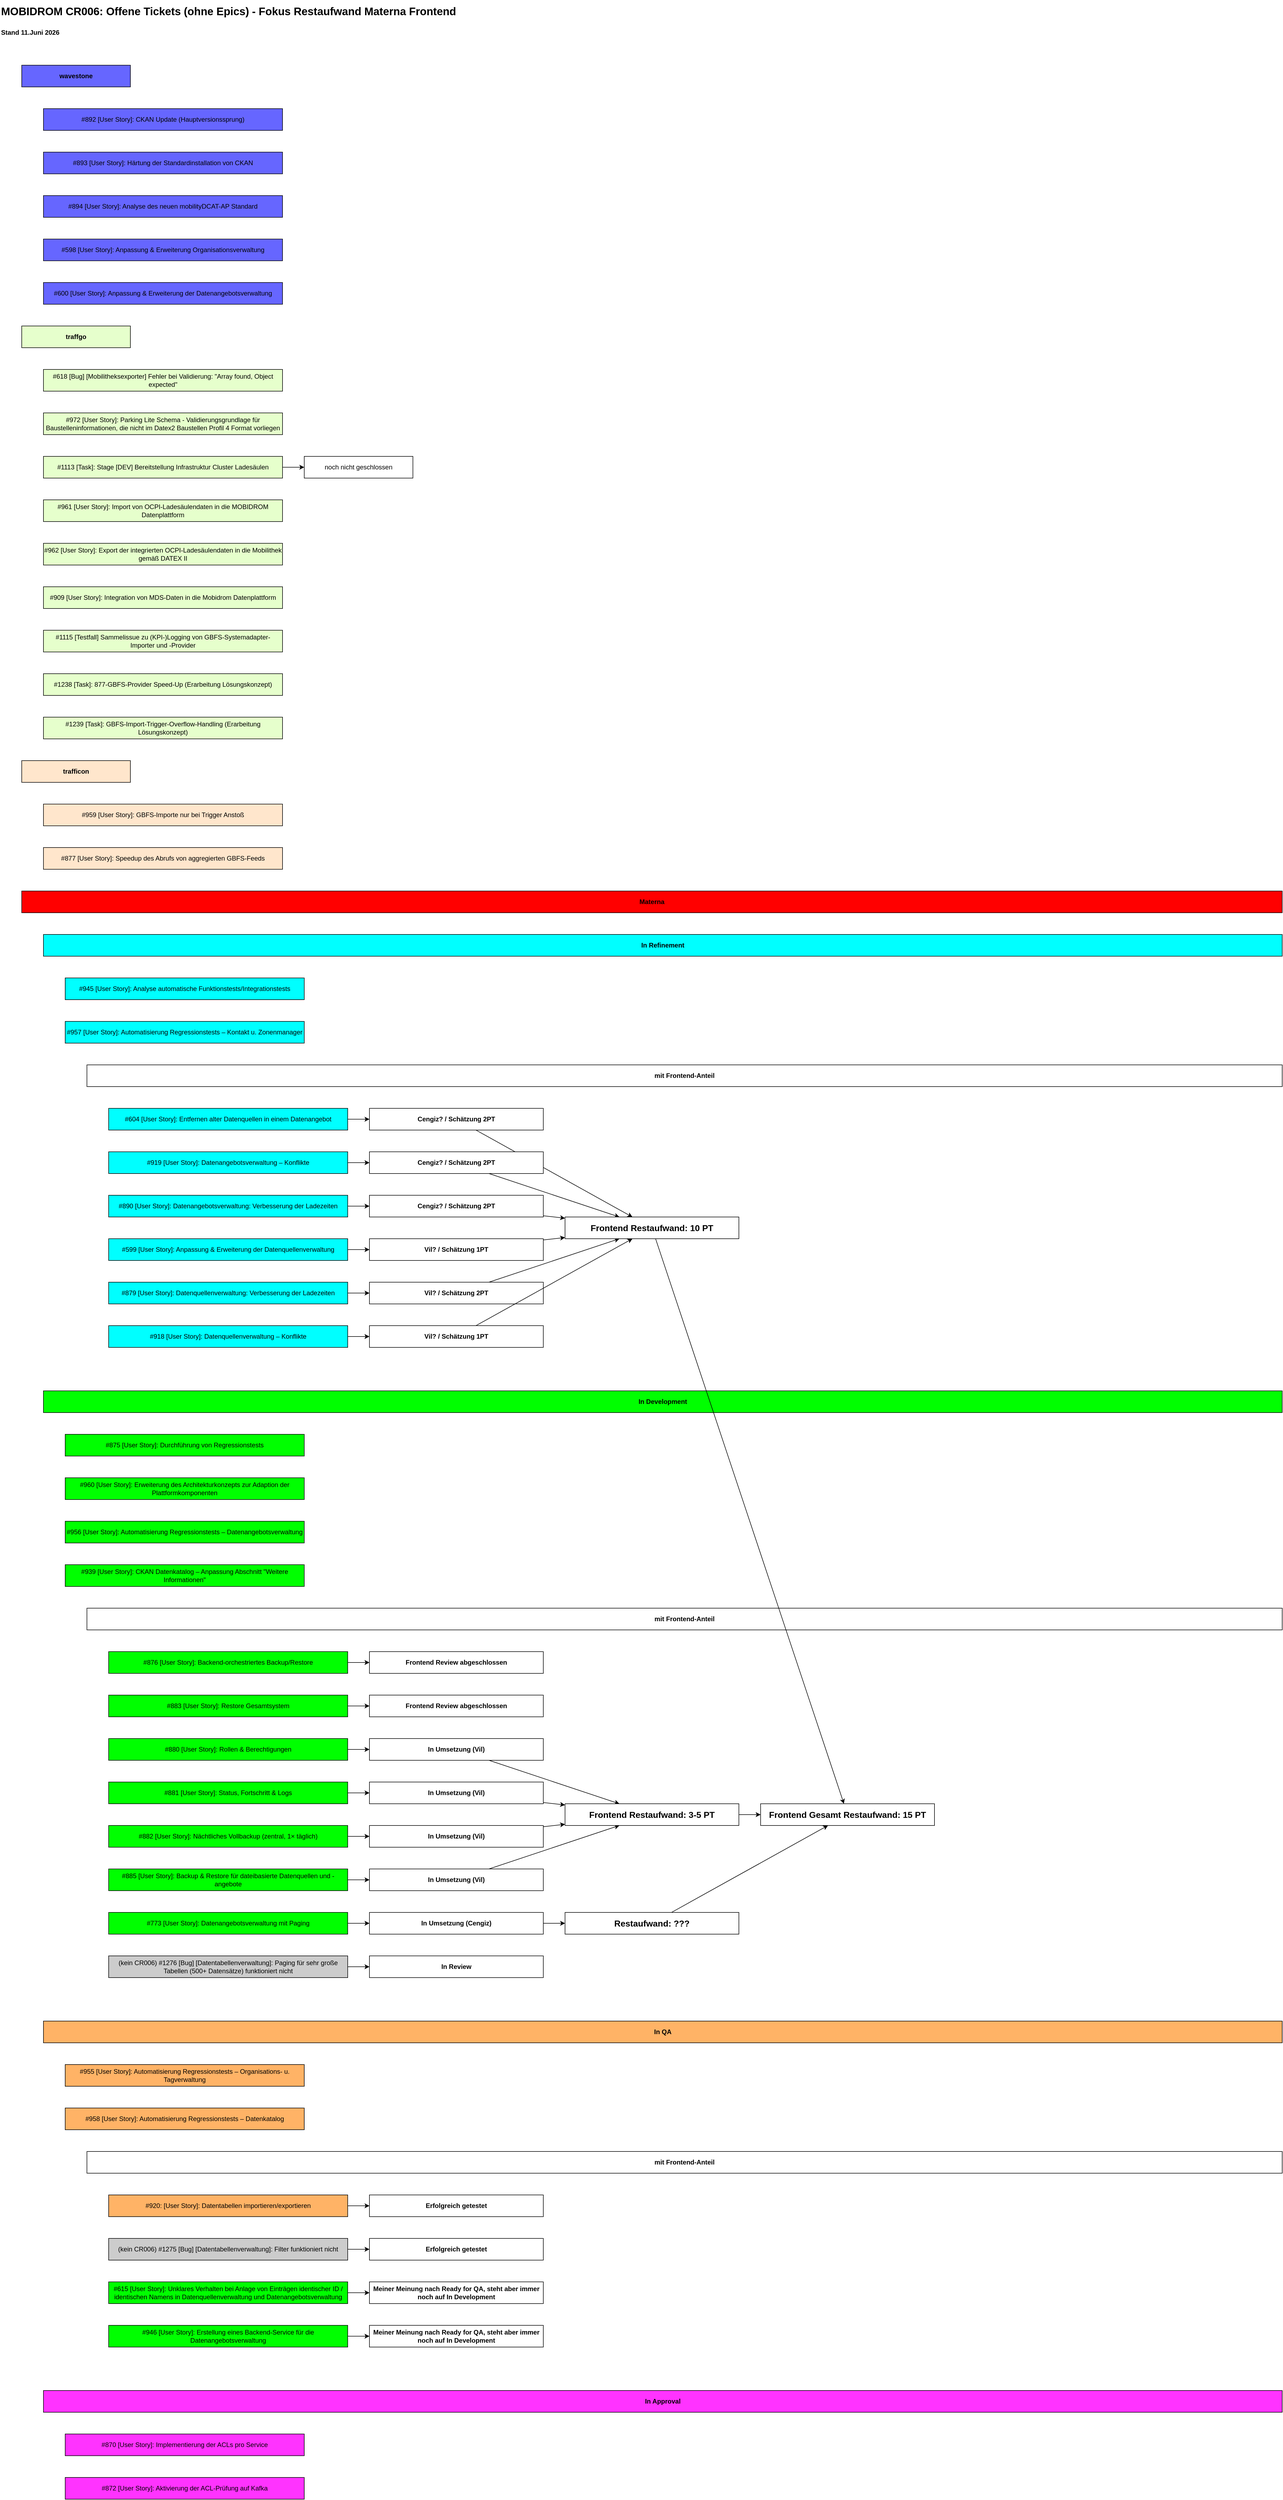
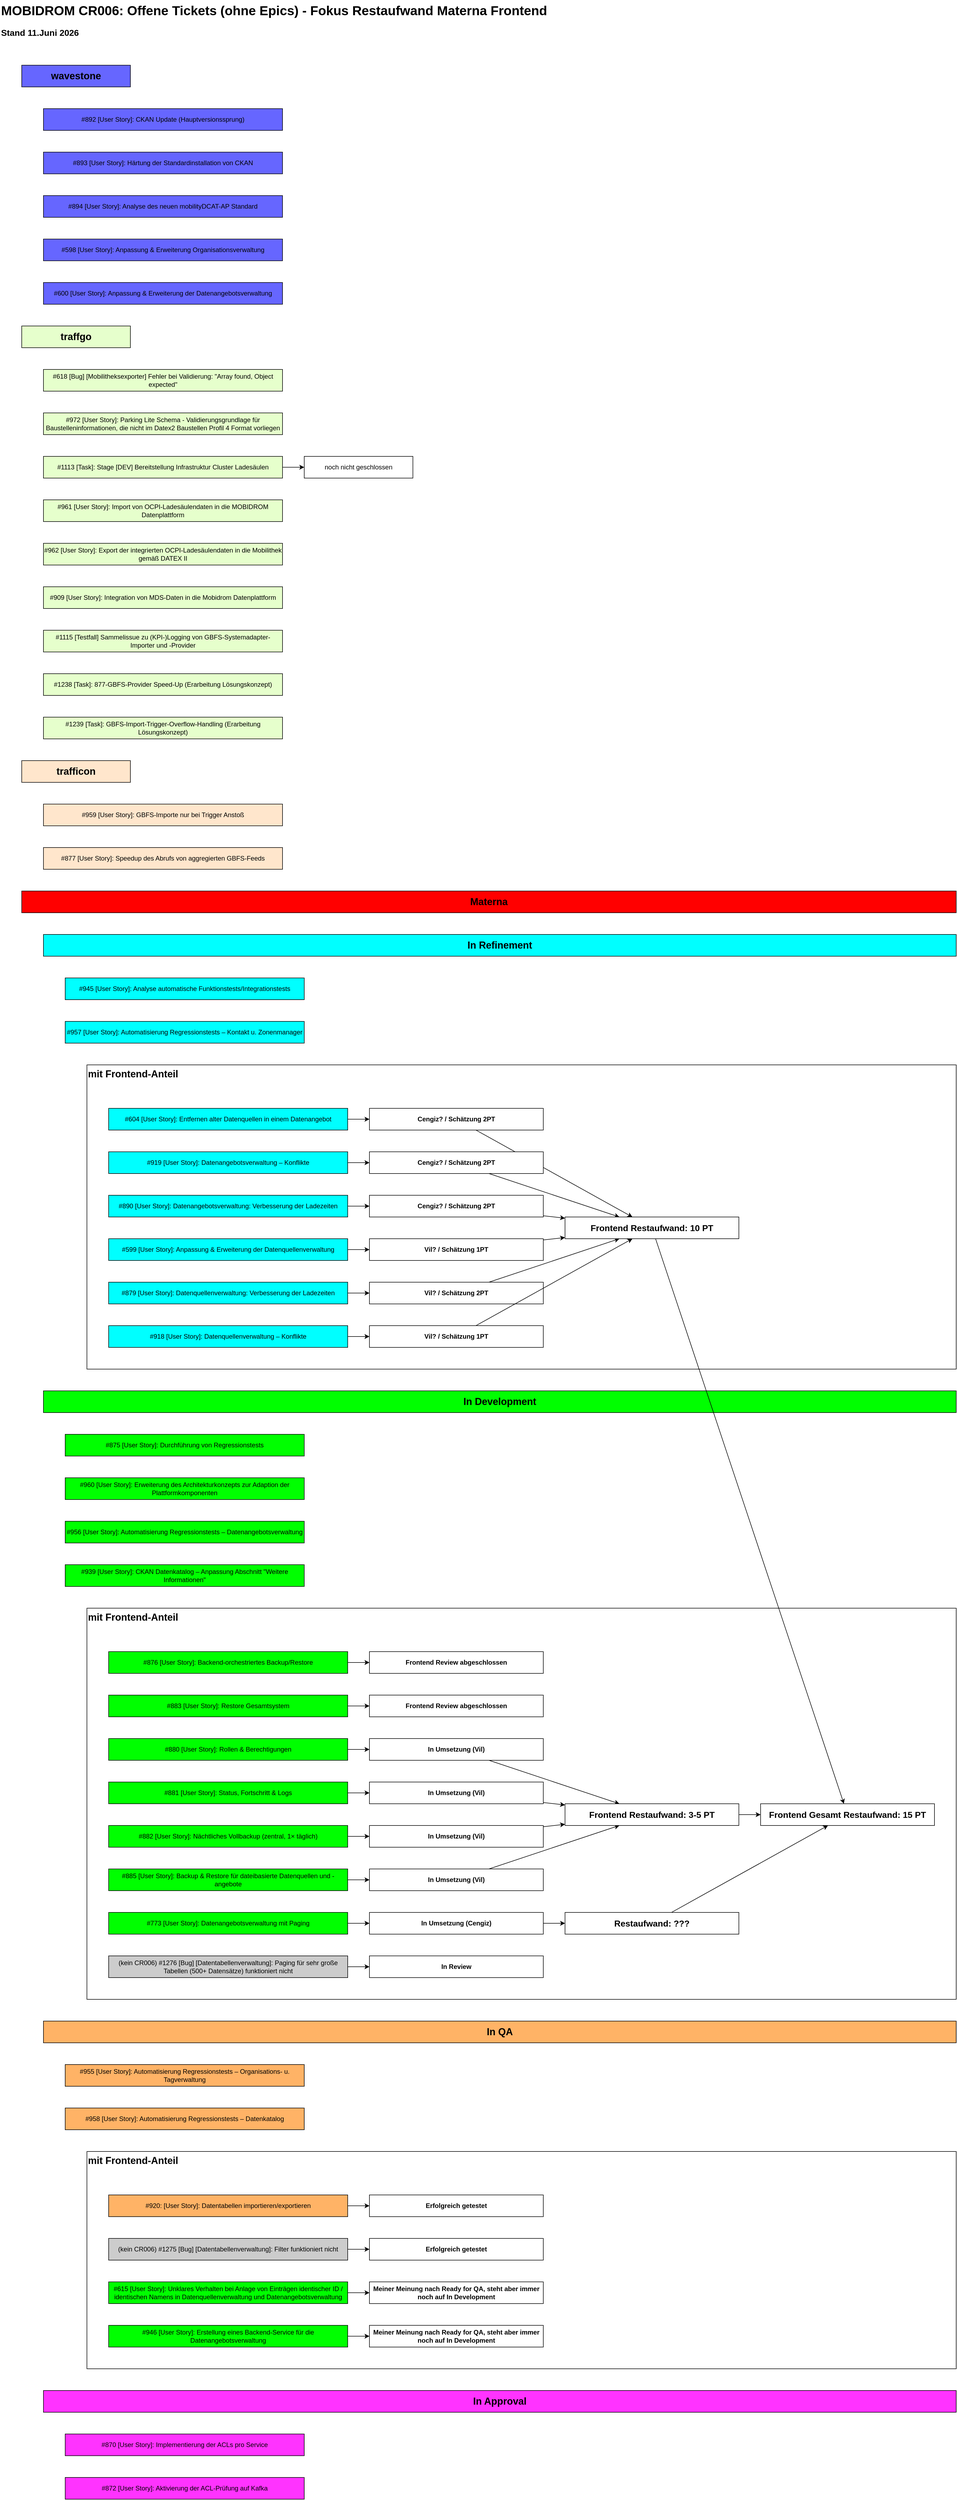
<mxfile host="app.diagrams.net">
  <diagram name="Page-1" id="0BLjgJdESMF3buwbVgl_">
-     <mxGraphModel dx="1135" dy="686" grid="1" gridSize="10" guides="1" tooltips="1" connect="1" arrows="1" fold="1" page="1" pageScale="1" pageWidth="850" pageHeight="1100" math="0" shadow="0">
+     <mxGraphModel dx="1816" dy="1098" grid="1" gridSize="10" guides="1" tooltips="1" connect="1" arrows="1" fold="1" page="1" pageScale="1" pageWidth="850" pageHeight="1100" math="0" shadow="0">
      <root>
        <mxCell id="0" />
        <mxCell id="1" parent="0" />
-         <mxCell id="KAzs0ncSA1o2T3-7AXRQ-1" parent="1" style="rounded=0;whiteSpace=wrap;html=1;strokeColor=none;fontSize=20;fontStyle=1;align=left;" value="MOBIDROM CR006: Offene Tickets (ohne Epics) - Fokus Restaufwand Materna Frontend" vertex="1">
+         <mxCell id="KAzs0ncSA1o2T3-7AXRQ-69" parent="1" style="rounded=0;whiteSpace=wrap;html=1;fontColor=#000000;fillColor=#FFFFFF;fontStyle=1;fontSize=18;align=left;verticalAlign=top;" value="mit Frontend-Anteil" vertex="1">
+           <mxGeometry height="400" width="1600" x="200" y="4000" as="geometry" />
+         </mxCell>
+         <mxCell id="KAzs0ncSA1o2T3-7AXRQ-68" parent="1" style="rounded=0;whiteSpace=wrap;html=1;fontColor=#000000;fillColor=#FFFFFF;fontStyle=1;fontSize=18;align=left;verticalAlign=top;" value="mit Frontend-Anteil" vertex="1">
+           <mxGeometry height="720" width="1600" x="200" y="3000" as="geometry" />
+         </mxCell>
+         <mxCell id="KAzs0ncSA1o2T3-7AXRQ-67" parent="1" style="rounded=0;whiteSpace=wrap;html=1;fontColor=#000000;fillColor=#FFFFFF;fontStyle=1;verticalAlign=top;align=left;fontSize=18;" value="mit Frontend-Anteil" vertex="1">
+           <mxGeometry height="560" width="1600" x="200" y="2000" as="geometry" />
+         </mxCell>
+         <mxCell id="KAzs0ncSA1o2T3-7AXRQ-1" parent="1" style="rounded=0;whiteSpace=wrap;html=1;strokeColor=none;fontSize=24;fontStyle=1;align=left;" value="MOBIDROM CR006: Offene Tickets (ohne Epics) - Fokus Restaufwand Materna Frontend" vertex="1">
          <mxGeometry height="40" width="1030" x="40" y="40" as="geometry" />
        </mxCell>
-         <mxCell id="KAzs0ncSA1o2T3-7AXRQ-2" parent="1" style="rounded=0;whiteSpace=wrap;html=1;strokeColor=none;fontSize=12;fontStyle=1;align=left;" value="&lt;div&gt;Stand 11.Juni 2026&lt;/div&gt;" vertex="1">
+         <mxCell id="KAzs0ncSA1o2T3-7AXRQ-2" parent="1" style="rounded=0;whiteSpace=wrap;html=1;strokeColor=none;fontSize=16;fontStyle=1;align=left;" value="&lt;div&gt;Stand 11.Juni 2026&lt;/div&gt;" vertex="1">
          <mxGeometry height="40" width="160" x="40" y="80" as="geometry" />
        </mxCell>
        <mxCell id="KAzs0ncSA1o2T3-7AXRQ-77" edge="1" parent="1" source="KAzs0ncSA1o2T3-7AXRQ-3" style="edgeStyle=none;rounded=0;orthogonalLoop=1;jettySize=auto;html=1;" target="KAzs0ncSA1o2T3-7AXRQ-76" value="">
          <mxGeometry relative="1" as="geometry" />
        </mxCell>
        <mxCell id="KAzs0ncSA1o2T3-7AXRQ-3" parent="1" style="rounded=0;whiteSpace=wrap;html=1;fillColor=#FFB366;" value="#920: [User Story]: Datentabellen importieren/exportieren" vertex="1">
          <mxGeometry height="40" width="440" x="240" y="4080" as="geometry" />
        </mxCell>
-         <mxCell id="KAzs0ncSA1o2T3-7AXRQ-4" parent="1" style="rounded=0;whiteSpace=wrap;html=1;fontColor=#000000;fillColor=#FFB366;fontStyle=1" value="In QA" vertex="1">
-           <mxGeometry height="40" width="2280" x="120" y="3760" as="geometry" />
+         <mxCell id="KAzs0ncSA1o2T3-7AXRQ-4" parent="1" style="rounded=0;whiteSpace=wrap;html=1;fontColor=#000000;fillColor=#FFB366;fontStyle=1;fontSize=18;" value="In QA" vertex="1">
+           <mxGeometry height="40" width="1680" x="120" y="3760" as="geometry" />
        </mxCell>
        <mxCell id="KAzs0ncSA1o2T3-7AXRQ-5" parent="1" style="rounded=0;whiteSpace=wrap;html=1;fillColor=#6666FF;" value="#892&amp;nbsp;[User Story]: CKAN Update (Hauptversionssprung)" vertex="1">
          <mxGeometry height="40" width="440" x="120" y="240" as="geometry" />
        </mxCell>
-         <mxCell id="KAzs0ncSA1o2T3-7AXRQ-6" parent="1" style="rounded=0;whiteSpace=wrap;html=1;fontColor=#000000;fillColor=#6666FF;fontStyle=1" value="wavestone" vertex="1">
+         <mxCell id="KAzs0ncSA1o2T3-7AXRQ-6" parent="1" style="rounded=0;whiteSpace=wrap;html=1;fontColor=#000000;fillColor=#6666FF;fontStyle=1;fontSize=18;" value="wavestone" vertex="1">
          <mxGeometry height="40" width="200" x="80" y="160" as="geometry" />
        </mxCell>
        <mxCell id="KAzs0ncSA1o2T3-7AXRQ-7" parent="1" style="rounded=0;whiteSpace=wrap;html=1;fillColor=#FF33FF;" value="#870&amp;nbsp;[User Story]: Implementierung der ACLs pro Service" vertex="1">
          <mxGeometry height="40" width="440" x="160" y="4520" as="geometry" />
        </mxCell>
        <mxCell id="KAzs0ncSA1o2T3-7AXRQ-8" parent="1" style="rounded=0;whiteSpace=wrap;html=1;fillColor=#FF33FF;" value="#872&amp;nbsp;[User Story]: Aktivierung der ACL-Prüfung auf Kafka" vertex="1">
          <mxGeometry height="40" width="440" x="160" y="4600" as="geometry" />
        </mxCell>
-         <mxCell id="KAzs0ncSA1o2T3-7AXRQ-9" parent="1" style="rounded=0;whiteSpace=wrap;html=1;fontColor=#000000;fillColor=#FF33FF;fontStyle=1" value="In Approval" vertex="1">
-           <mxGeometry height="40" width="2280" x="120" y="4440" as="geometry" />
+         <mxCell id="KAzs0ncSA1o2T3-7AXRQ-9" parent="1" style="rounded=0;whiteSpace=wrap;html=1;fontColor=#000000;fillColor=#FF33FF;fontStyle=1;fontSize=18;" value="In Approval" vertex="1">
+           <mxGeometry height="40" width="1680" x="120" y="4440" as="geometry" />
        </mxCell>
        <mxCell id="KAzs0ncSA1o2T3-7AXRQ-10" parent="1" style="rounded=0;whiteSpace=wrap;html=1;fillColor=#6666FF;" value="#893&amp;nbsp;[User Story]: Härtung der Standardinstallation von CKAN" vertex="1">
          <mxGeometry height="40" width="440" x="120" y="320" as="geometry" />
        </mxCell>
        <mxCell id="KAzs0ncSA1o2T3-7AXRQ-11" parent="1" style="rounded=0;whiteSpace=wrap;html=1;fillColor=#6666FF;" value="#894&amp;nbsp;[User Story]: Analyse des neuen mobilityDCAT-AP Standard" vertex="1">
          <mxGeometry height="40" width="440" x="120" y="400" as="geometry" />
        </mxCell>
        <mxCell id="KAzs0ncSA1o2T3-7AXRQ-12" parent="1" style="rounded=0;whiteSpace=wrap;html=1;fillColor=#E6FFCC;" value="#618&amp;nbsp;[Bug] [Mobilitheksexporter] Fehler bei Validierung: &quot;Array found, Object expected&quot;" vertex="1">
          <mxGeometry height="40" width="440" x="120" y="720" as="geometry" />
        </mxCell>
-         <mxCell id="KAzs0ncSA1o2T3-7AXRQ-13" parent="1" style="rounded=0;whiteSpace=wrap;html=1;fontColor=#000000;fillColor=#E6FFCC;fontStyle=1" value="&lt;div&gt;traffgo&lt;/div&gt;" vertex="1">
+         <mxCell id="KAzs0ncSA1o2T3-7AXRQ-13" parent="1" style="rounded=0;whiteSpace=wrap;html=1;fontColor=#000000;fillColor=#E6FFCC;fontStyle=1;fontSize=18;" value="&lt;div&gt;traffgo&lt;/div&gt;" vertex="1">
          <mxGeometry height="40" width="200" x="80" y="640" as="geometry" />
        </mxCell>
-         <mxCell id="KAzs0ncSA1o2T3-7AXRQ-14" parent="1" style="rounded=0;whiteSpace=wrap;html=1;fontColor=#000000;fillColor=#FFE6CC;fontStyle=1" value="&lt;div&gt;trafficon&lt;/div&gt;" vertex="1">
+         <mxCell id="KAzs0ncSA1o2T3-7AXRQ-14" parent="1" style="rounded=0;whiteSpace=wrap;html=1;fontColor=#000000;fillColor=#FFE6CC;fontStyle=1;fontSize=18;" value="&lt;div&gt;trafficon&lt;/div&gt;" vertex="1">
          <mxGeometry height="40" width="200" x="80" y="1440" as="geometry" />
        </mxCell>
        <mxCell id="KAzs0ncSA1o2T3-7AXRQ-15" parent="1" style="rounded=0;whiteSpace=wrap;html=1;fillColor=#FFE6CC;" value="#959&amp;nbsp;[User Story]: GBFS-Importe nur bei Trigger Anstoß" vertex="1">
          <mxGeometry height="40" width="440" x="120" y="1520" as="geometry" />
        </mxCell>
        <mxCell id="KAzs0ncSA1o2T3-7AXRQ-75" edge="1" parent="1" source="KAzs0ncSA1o2T3-7AXRQ-16" style="edgeStyle=none;rounded=0;orthogonalLoop=1;jettySize=auto;html=1;" target="KAzs0ncSA1o2T3-7AXRQ-74" value="">
          <mxGeometry relative="1" as="geometry" />
        </mxCell>
        <mxCell id="KAzs0ncSA1o2T3-7AXRQ-16" parent="1" style="rounded=0;whiteSpace=wrap;html=1;fillColor=#00FF00;" value="#615&amp;nbsp;[User Story]: Unklares Verhalten bei Anlage von Einträgen identischer ID / identischen Namens in Datenquellenverwaltung und Datenangebotsverwaltung" vertex="1">
          <mxGeometry height="40" width="440" x="240" y="4240" as="geometry" />
        </mxCell>
-         <mxCell id="KAzs0ncSA1o2T3-7AXRQ-17" parent="1" style="rounded=0;whiteSpace=wrap;html=1;fontColor=#000000;fillColor=#00FF00;fontStyle=1" value="In Development" vertex="1">
-           <mxGeometry height="40" width="2280" x="120" y="2600" as="geometry" />
+         <mxCell id="KAzs0ncSA1o2T3-7AXRQ-17" parent="1" style="rounded=0;whiteSpace=wrap;html=1;fontColor=#000000;fillColor=#00FF00;fontStyle=1;fontSize=18;" value="In Development" vertex="1">
+           <mxGeometry height="40" width="1680" x="120" y="2600" as="geometry" />
        </mxCell>
        <mxCell id="KAzs0ncSA1o2T3-7AXRQ-83" edge="1" parent="1" source="KAzs0ncSA1o2T3-7AXRQ-18" style="edgeStyle=none;rounded=0;orthogonalLoop=1;jettySize=auto;html=1;" target="KAzs0ncSA1o2T3-7AXRQ-82" value="">
          <mxGeometry relative="1" as="geometry" />
        </mxCell>
        <mxCell id="KAzs0ncSA1o2T3-7AXRQ-18" parent="1" style="rounded=0;whiteSpace=wrap;html=1;fillColor=#00FF00;" value="#773&amp;nbsp;[User Story]: Datenangebotsverwaltung mit Paging" vertex="1">
          <mxGeometry height="40" width="440" x="240" y="3560" as="geometry" />
        </mxCell>
        <mxCell id="KAzs0ncSA1o2T3-7AXRQ-19" parent="1" style="rounded=0;whiteSpace=wrap;html=1;fillColor=#00FF00;" value="#875&amp;nbsp;[User Story]: Durchführung von Regressionstests" vertex="1">
          <mxGeometry height="40" width="440" x="160" y="2680" as="geometry" />
        </mxCell>
        <mxCell id="KAzs0ncSA1o2T3-7AXRQ-81" edge="1" parent="1" source="KAzs0ncSA1o2T3-7AXRQ-20" style="edgeStyle=none;rounded=0;orthogonalLoop=1;jettySize=auto;html=1;" target="KAzs0ncSA1o2T3-7AXRQ-80" value="">
          <mxGeometry relative="1" as="geometry" />
        </mxCell>
        <mxCell id="KAzs0ncSA1o2T3-7AXRQ-20" parent="1" style="rounded=0;whiteSpace=wrap;html=1;fillColor=#00FF00;" value="#876&amp;nbsp;[User Story]: Backend-orchestriertes Backup/Restore" vertex="1">
          <mxGeometry height="40" width="440" x="240" y="3080" as="geometry" />
        </mxCell>
        <mxCell id="KAzs0ncSA1o2T3-7AXRQ-21" parent="1" style="rounded=0;whiteSpace=wrap;html=1;fillColor=#FFE6CC;" value="#877&amp;nbsp;[User Story]: Speedup des Abrufs von aggregierten GBFS-Feeds" vertex="1">
          <mxGeometry height="40" width="440" x="120" y="1600" as="geometry" />
        </mxCell>
        <mxCell id="KAzs0ncSA1o2T3-7AXRQ-87" edge="1" parent="1" source="KAzs0ncSA1o2T3-7AXRQ-22" style="edgeStyle=none;rounded=0;orthogonalLoop=1;jettySize=auto;html=1;" target="KAzs0ncSA1o2T3-7AXRQ-86" value="">
          <mxGeometry relative="1" as="geometry" />
        </mxCell>
        <mxCell id="KAzs0ncSA1o2T3-7AXRQ-22" parent="1" style="rounded=0;whiteSpace=wrap;html=1;fillColor=#00FF00;" value="#880&amp;nbsp;[User Story]: Rollen &amp;amp; Berechtigungen" vertex="1">
          <mxGeometry height="40" width="440" x="240" y="3240" as="geometry" />
        </mxCell>
        <mxCell id="KAzs0ncSA1o2T3-7AXRQ-89" edge="1" parent="1" source="KAzs0ncSA1o2T3-7AXRQ-23" style="edgeStyle=none;rounded=0;orthogonalLoop=1;jettySize=auto;html=1;" target="KAzs0ncSA1o2T3-7AXRQ-88" value="">
          <mxGeometry relative="1" as="geometry" />
        </mxCell>
        <mxCell id="KAzs0ncSA1o2T3-7AXRQ-23" parent="1" style="rounded=0;whiteSpace=wrap;html=1;fillColor=#00FF00;" value="#881&amp;nbsp;[User Story]: Status, Fortschritt &amp;amp; Logs" vertex="1">
          <mxGeometry height="40" width="440" x="240" y="3320" as="geometry" />
        </mxCell>
        <mxCell id="KAzs0ncSA1o2T3-7AXRQ-93" edge="1" parent="1" source="KAzs0ncSA1o2T3-7AXRQ-24" style="edgeStyle=none;rounded=0;orthogonalLoop=1;jettySize=auto;html=1;" target="KAzs0ncSA1o2T3-7AXRQ-92" value="">
          <mxGeometry relative="1" as="geometry" />
        </mxCell>
        <mxCell id="KAzs0ncSA1o2T3-7AXRQ-24" parent="1" style="rounded=0;whiteSpace=wrap;html=1;fillColor=#00FF00;" value="#885&amp;nbsp;[User Story]: Backup &amp;amp; Restore für dateibasierte Datenquellen und -angebote" vertex="1">
          <mxGeometry height="40" width="440" x="240" y="3480" as="geometry" />
        </mxCell>
        <mxCell id="KAzs0ncSA1o2T3-7AXRQ-112" edge="1" parent="1" source="KAzs0ncSA1o2T3-7AXRQ-25" style="edgeStyle=none;rounded=0;orthogonalLoop=1;jettySize=auto;html=1;" target="KAzs0ncSA1o2T3-7AXRQ-111" value="">
          <mxGeometry relative="1" as="geometry" />
        </mxCell>
        <mxCell id="KAzs0ncSA1o2T3-7AXRQ-25" parent="1" style="rounded=0;whiteSpace=wrap;html=1;fillColor=#00FFFF;" value="#918&amp;nbsp;[User Story]: Datenquellenverwaltung – Konflikte" vertex="1">
          <mxGeometry height="40" width="440" x="240" y="2480" as="geometry" />
        </mxCell>
        <mxCell id="KAzs0ncSA1o2T3-7AXRQ-104" edge="1" parent="1" source="KAzs0ncSA1o2T3-7AXRQ-26" style="edgeStyle=none;rounded=0;orthogonalLoop=1;jettySize=auto;html=1;" target="KAzs0ncSA1o2T3-7AXRQ-103" value="">
          <mxGeometry relative="1" as="geometry" />
        </mxCell>
        <mxCell id="KAzs0ncSA1o2T3-7AXRQ-26" parent="1" style="rounded=0;whiteSpace=wrap;html=1;fillColor=#00FFFF;" value="#919&amp;nbsp;[User Story]: Datenangebotsverwaltung – Konflikte" vertex="1">
          <mxGeometry height="40" width="440" x="240" y="2160" as="geometry" />
        </mxCell>
        <mxCell id="KAzs0ncSA1o2T3-7AXRQ-27" parent="1" style="rounded=0;whiteSpace=wrap;html=1;fillColor=#FFB366;" value="#955&amp;nbsp;[User Story]: Automatisierung Regressionstests – Organisations- u. Tagverwaltung" vertex="1">
          <mxGeometry height="40" width="440" x="160" y="3840" as="geometry" />
        </mxCell>
-         <mxCell id="KAzs0ncSA1o2T3-7AXRQ-28" parent="1" style="rounded=0;whiteSpace=wrap;html=1;fontColor=#000000;fillColor=#00FFFF;fontStyle=1" value="In Refinement" vertex="1">
-           <mxGeometry height="40" width="2280" x="120" y="1760" as="geometry" />
+         <mxCell id="KAzs0ncSA1o2T3-7AXRQ-28" parent="1" style="rounded=0;whiteSpace=wrap;html=1;fontColor=#000000;fillColor=#00FFFF;fontStyle=1;fontSize=18;" value="In Refinement" vertex="1">
+           <mxGeometry height="40" width="1680" x="120" y="1760" as="geometry" />
        </mxCell>
        <mxCell id="KAzs0ncSA1o2T3-7AXRQ-29" parent="1" style="rounded=0;whiteSpace=wrap;html=1;fillColor=#00FF00;" value="#960&amp;nbsp;[User Story]: Erweiterung des Architekturkonzepts zur Adaption der Plattformkomponenten" vertex="1">
          <mxGeometry height="40" width="440" x="160" y="2760" as="geometry" />
        </mxCell>
        <mxCell id="KAzs0ncSA1o2T3-7AXRQ-30" parent="1" style="rounded=0;whiteSpace=wrap;html=1;fillColor=#6666FF;" value="#598&amp;nbsp;[User Story]: Anpassung &amp;amp; Erweiterung Organisationsverwaltung" vertex="1">
          <mxGeometry height="40" width="440" x="120" y="480" as="geometry" />
        </mxCell>
        <mxCell id="KAzs0ncSA1o2T3-7AXRQ-108" edge="1" parent="1" source="KAzs0ncSA1o2T3-7AXRQ-31" style="edgeStyle=none;rounded=0;orthogonalLoop=1;jettySize=auto;html=1;" target="KAzs0ncSA1o2T3-7AXRQ-107" value="">
          <mxGeometry relative="1" as="geometry" />
        </mxCell>
        <mxCell id="KAzs0ncSA1o2T3-7AXRQ-31" parent="1" style="rounded=0;whiteSpace=wrap;html=1;fillColor=#00FFFF;" value="#599&amp;nbsp;[User Story]: Anpassung &amp;amp; Erweiterung der Datenquellenverwaltung" vertex="1">
          <mxGeometry height="40" width="440" x="240" y="2320" as="geometry" />
        </mxCell>
        <mxCell id="KAzs0ncSA1o2T3-7AXRQ-32" parent="1" style="rounded=0;whiteSpace=wrap;html=1;fillColor=#6666FF;" value="#600&amp;nbsp;[User Story]: Anpassung &amp;amp; Erweiterung der Datenangebotsverwaltung" vertex="1">
          <mxGeometry height="40" width="440" x="120" y="560" as="geometry" />
        </mxCell>
        <mxCell id="KAzs0ncSA1o2T3-7AXRQ-106" edge="1" parent="1" source="KAzs0ncSA1o2T3-7AXRQ-33" style="edgeStyle=none;rounded=0;orthogonalLoop=1;jettySize=auto;html=1;" target="KAzs0ncSA1o2T3-7AXRQ-105" value="">
          <mxGeometry relative="1" as="geometry" />
        </mxCell>
        <mxCell id="KAzs0ncSA1o2T3-7AXRQ-33" parent="1" style="rounded=0;whiteSpace=wrap;html=1;fillColor=#00FFFF;" value="#890&amp;nbsp;[User Story]: Datenangebotsverwaltung: Verbesserung der Ladezeiten" vertex="1">
          <mxGeometry height="40" width="440" x="240" y="2240" as="geometry" />
        </mxCell>
        <mxCell id="KAzs0ncSA1o2T3-7AXRQ-34" parent="1" style="rounded=0;whiteSpace=wrap;html=1;fillColor=#E6FFCC;" value="#972&amp;nbsp;[User Story]: Parking Lite Schema - Validierungsgrundlage für Baustelleninformationen, die nicht im Datex2 Baustellen Profil 4 Format vorliegen" vertex="1">
          <mxGeometry height="40" width="440" x="120" y="800" as="geometry" />
        </mxCell>
        <mxCell id="KAzs0ncSA1o2T3-7AXRQ-55" edge="1" parent="1" source="KAzs0ncSA1o2T3-7AXRQ-35" style="edgeStyle=orthogonalEdgeStyle;rounded=0;orthogonalLoop=1;jettySize=auto;html=1;" target="KAzs0ncSA1o2T3-7AXRQ-54" value="">
          <mxGeometry relative="1" as="geometry" />
        </mxCell>
        <mxCell id="KAzs0ncSA1o2T3-7AXRQ-35" parent="1" style="rounded=0;whiteSpace=wrap;html=1;fillColor=#E6FFCC;" value="#1113&amp;nbsp;[Task]: Stage [DEV] Bereitstellung Infrastruktur Cluster Ladesäulen" vertex="1">
          <mxGeometry height="40" width="440" x="120" y="880" as="geometry" />
        </mxCell>
        <mxCell id="KAzs0ncSA1o2T3-7AXRQ-36" parent="1" style="rounded=0;whiteSpace=wrap;html=1;fillColor=#00FF00;" value="#956&amp;nbsp;[User Story]: Automatisierung Regressionstests – Datenangebotsverwaltung" vertex="1">
          <mxGeometry height="40" width="440" x="160" y="2840" as="geometry" />
        </mxCell>
        <mxCell id="KAzs0ncSA1o2T3-7AXRQ-37" parent="1" style="rounded=0;whiteSpace=wrap;html=1;fillColor=#FFB366;" value="#958&amp;nbsp;[User Story]: Automatisierung Regressionstests – Datenkatalog" vertex="1">
          <mxGeometry height="40" width="440" x="160" y="3920" as="geometry" />
        </mxCell>
        <mxCell id="KAzs0ncSA1o2T3-7AXRQ-38" parent="1" style="rounded=0;whiteSpace=wrap;html=1;fillColor=#E6FFCC;" value="#961&amp;nbsp;[User Story]: Import von OCPI-Ladesäulendaten in die MOBIDROM Datenplattform" vertex="1">
          <mxGeometry height="40" width="440" x="120" y="960" as="geometry" />
        </mxCell>
        <mxCell id="KAzs0ncSA1o2T3-7AXRQ-39" parent="1" style="rounded=0;whiteSpace=wrap;html=1;fillColor=#E6FFCC;" value="#962&amp;nbsp;[User Story]: Export der integrierten OCPI-Ladesäulendaten in die Mobilithek gemäß DATEX II" vertex="1">
          <mxGeometry height="40" width="440" x="120" y="1040" as="geometry" />
        </mxCell>
        <mxCell id="KAzs0ncSA1o2T3-7AXRQ-58" edge="1" parent="1" source="KAzs0ncSA1o2T3-7AXRQ-40" style="edgeStyle=none;rounded=0;orthogonalLoop=1;jettySize=auto;html=1;" target="KAzs0ncSA1o2T3-7AXRQ-41" value="">
          <mxGeometry relative="1" as="geometry" />
        </mxCell>
        <mxCell id="KAzs0ncSA1o2T3-7AXRQ-40" parent="1" style="rounded=0;whiteSpace=wrap;html=1;fillColor=#00FF00;" value="#946&amp;nbsp;[User Story]: Erstellung eines Backend-Service für die Datenangebotsverwaltung" vertex="1">
          <mxGeometry height="40" width="440" x="240" y="4320" as="geometry" />
        </mxCell>
        <mxCell id="KAzs0ncSA1o2T3-7AXRQ-41" parent="1" style="rounded=0;whiteSpace=wrap;html=1;fontStyle=1" value="Meiner Meinung nach Ready for QA, steht aber immer noch auf In Development" vertex="1">
          <mxGeometry height="40" width="320" x="720" y="4320" as="geometry" />
        </mxCell>
        <mxCell id="KAzs0ncSA1o2T3-7AXRQ-43" parent="1" style="rounded=0;whiteSpace=wrap;html=1;fillColor=#00FFFF;" value="#945&amp;nbsp;[User Story]: Analyse automatische Funktionstests/Integrationstests" vertex="1">
          <mxGeometry height="40" width="440" x="160" y="1840" as="geometry" />
        </mxCell>
        <mxCell id="KAzs0ncSA1o2T3-7AXRQ-44" parent="1" style="rounded=0;whiteSpace=wrap;html=1;fillColor=#E6FFCC;" value="#909&amp;nbsp;[User Story]: Integration von MDS-Daten in die Mobidrom Datenplattform" vertex="1">
          <mxGeometry height="40" width="440" x="120" y="1120" as="geometry" />
        </mxCell>
        <mxCell id="KAzs0ncSA1o2T3-7AXRQ-45" parent="1" style="rounded=0;whiteSpace=wrap;html=1;fillColor=#00FF00;" value="#939&amp;nbsp;[User Story]: CKAN Datenkatalog – Anpassung Abschnitt &quot;Weitere Informationen&quot;" vertex="1">
          <mxGeometry height="40" width="440" x="160" y="2920" as="geometry" />
        </mxCell>
        <mxCell id="KAzs0ncSA1o2T3-7AXRQ-102" edge="1" parent="1" source="KAzs0ncSA1o2T3-7AXRQ-46" style="edgeStyle=none;rounded=0;orthogonalLoop=1;jettySize=auto;html=1;" target="KAzs0ncSA1o2T3-7AXRQ-101" value="">
          <mxGeometry relative="1" as="geometry" />
        </mxCell>
        <mxCell id="KAzs0ncSA1o2T3-7AXRQ-46" parent="1" style="rounded=0;whiteSpace=wrap;html=1;fillColor=#00FFFF;" value="#604&amp;nbsp;[User Story]: Entfernen alter Datenquellen in einem Datenangebot" vertex="1">
          <mxGeometry height="40" width="440" x="240" y="2080" as="geometry" />
        </mxCell>
        <mxCell id="KAzs0ncSA1o2T3-7AXRQ-110" edge="1" parent="1" source="KAzs0ncSA1o2T3-7AXRQ-47" style="edgeStyle=none;rounded=0;orthogonalLoop=1;jettySize=auto;html=1;" target="KAzs0ncSA1o2T3-7AXRQ-109" value="">
          <mxGeometry relative="1" as="geometry" />
        </mxCell>
        <mxCell id="KAzs0ncSA1o2T3-7AXRQ-47" parent="1" style="rounded=0;whiteSpace=wrap;html=1;fillColor=#00FFFF;" value="#879&amp;nbsp;[User Story]: Datenquellenverwaltung: Verbesserung der Ladezeiten" vertex="1">
          <mxGeometry height="40" width="440" x="240" y="2400" as="geometry" />
        </mxCell>
        <mxCell id="KAzs0ncSA1o2T3-7AXRQ-91" edge="1" parent="1" source="KAzs0ncSA1o2T3-7AXRQ-48" style="edgeStyle=none;rounded=0;orthogonalLoop=1;jettySize=auto;html=1;" target="KAzs0ncSA1o2T3-7AXRQ-90" value="">
          <mxGeometry relative="1" as="geometry" />
        </mxCell>
        <mxCell id="KAzs0ncSA1o2T3-7AXRQ-48" parent="1" style="rounded=0;whiteSpace=wrap;html=1;fillColor=#00FF00;" value="#882&amp;nbsp;[User Story]: Nächtliches Vollbackup (zentral, 1× täglich)" vertex="1">
          <mxGeometry height="40" width="440" x="240" y="3400" as="geometry" />
        </mxCell>
        <mxCell id="KAzs0ncSA1o2T3-7AXRQ-85" edge="1" parent="1" source="KAzs0ncSA1o2T3-7AXRQ-49" style="edgeStyle=none;rounded=0;orthogonalLoop=1;jettySize=auto;html=1;" target="KAzs0ncSA1o2T3-7AXRQ-84" value="">
          <mxGeometry relative="1" as="geometry" />
        </mxCell>
        <mxCell id="KAzs0ncSA1o2T3-7AXRQ-49" parent="1" style="rounded=0;whiteSpace=wrap;html=1;fillColor=#00FF00;" value="#883&amp;nbsp;[User Story]: Restore Gesamtsystem" vertex="1">
          <mxGeometry height="40" width="440" x="240" y="3160" as="geometry" />
        </mxCell>
        <mxCell id="KAzs0ncSA1o2T3-7AXRQ-50" parent="1" style="rounded=0;whiteSpace=wrap;html=1;fillColor=#00FFFF;" value="#957&amp;nbsp;[User Story]: Automatisierung Regressionstests – Kontakt u. Zonenmanager" vertex="1">
          <mxGeometry height="40" width="440" x="160" y="1920" as="geometry" />
        </mxCell>
        <mxCell id="KAzs0ncSA1o2T3-7AXRQ-51" parent="1" style="rounded=0;whiteSpace=wrap;html=1;fillColor=#E6FFCC;" value="#1115&amp;nbsp;[Testfall] Sammelissue zu (KPI-)Logging von GBFS-Systemadapter-Importer und -Provider" vertex="1">
          <mxGeometry height="40" width="440" x="120" y="1200" as="geometry" />
        </mxCell>
        <mxCell id="KAzs0ncSA1o2T3-7AXRQ-52" parent="1" style="rounded=0;whiteSpace=wrap;html=1;fillColor=#E6FFCC;" value="#1238&amp;nbsp;[Task]: 877-GBFS-Provider Speed-Up (Erarbeitung Lösungskonzept)" vertex="1">
          <mxGeometry height="40" width="440" x="120" y="1280" as="geometry" />
        </mxCell>
        <mxCell id="KAzs0ncSA1o2T3-7AXRQ-53" parent="1" style="rounded=0;whiteSpace=wrap;html=1;fillColor=#E6FFCC;" value="#1239&amp;nbsp;[Task]: GBFS-Import-Trigger-Overflow-Handling (Erarbeitung Lösungskonzept)" vertex="1">
          <mxGeometry height="40" width="440" x="120" y="1360" as="geometry" />
        </mxCell>
        <mxCell id="KAzs0ncSA1o2T3-7AXRQ-54" parent="1" style="rounded=0;whiteSpace=wrap;html=1;" value="noch nicht geschlossen" vertex="1">
          <mxGeometry height="40" width="200" x="600" y="880" as="geometry" />
        </mxCell>
-         <mxCell id="KAzs0ncSA1o2T3-7AXRQ-56" parent="1" style="rounded=0;whiteSpace=wrap;html=1;fontColor=#000000;fillColor=#FF0000;fontStyle=1" value="Materna" vertex="1">
-           <mxGeometry height="40" width="2320" x="80" y="1680" as="geometry" />
+         <mxCell id="KAzs0ncSA1o2T3-7AXRQ-56" parent="1" style="rounded=0;whiteSpace=wrap;html=1;fontColor=#000000;fillColor=#FF0000;fontStyle=1;fontSize=18;" value="Materna" vertex="1">
+           <mxGeometry height="40" width="1720" x="80" y="1680" as="geometry" />
        </mxCell>
        <mxCell id="KAzs0ncSA1o2T3-7AXRQ-62" edge="1" parent="1" source="KAzs0ncSA1o2T3-7AXRQ-16" style="edgeStyle=none;rounded=0;orthogonalLoop=1;jettySize=auto;html=1;exitX=0.75;exitY=0;exitDx=0;exitDy=0;" target="KAzs0ncSA1o2T3-7AXRQ-16">
          <mxGeometry relative="1" as="geometry" />
        </mxCell>
        <mxCell id="KAzs0ncSA1o2T3-7AXRQ-66" edge="1" parent="1" source="KAzs0ncSA1o2T3-7AXRQ-41" style="edgeStyle=none;rounded=0;orthogonalLoop=1;jettySize=auto;html=1;exitX=0.5;exitY=1;exitDx=0;exitDy=0;" target="KAzs0ncSA1o2T3-7AXRQ-41">
          <mxGeometry relative="1" as="geometry" />
-         </mxCell>
-         <mxCell id="KAzs0ncSA1o2T3-7AXRQ-67" parent="1" style="rounded=0;whiteSpace=wrap;html=1;fontColor=#000000;fillColor=#FFFFFF;fontStyle=1" value="mit Frontend-Anteil" vertex="1">
-           <mxGeometry height="40" width="2200" x="200" y="2000" as="geometry" />
-         </mxCell>
-         <mxCell id="KAzs0ncSA1o2T3-7AXRQ-68" parent="1" style="rounded=0;whiteSpace=wrap;html=1;fontColor=#000000;fillColor=#FFFFFF;fontStyle=1" value="mit Frontend-Anteil" vertex="1">
-           <mxGeometry height="40" width="2200" x="200" y="3000" as="geometry" />
-         </mxCell>
-         <mxCell id="KAzs0ncSA1o2T3-7AXRQ-69" parent="1" style="rounded=0;whiteSpace=wrap;html=1;fontColor=#000000;fillColor=#FFFFFF;fontStyle=1" value="mit Frontend-Anteil" vertex="1">
-           <mxGeometry height="40" width="2200" x="200" y="4000" as="geometry" />
        </mxCell>
        <mxCell id="KAzs0ncSA1o2T3-7AXRQ-79" edge="1" parent="1" source="KAzs0ncSA1o2T3-7AXRQ-70" style="edgeStyle=none;rounded=0;orthogonalLoop=1;jettySize=auto;html=1;" target="KAzs0ncSA1o2T3-7AXRQ-78" value="">
          <mxGeometry relative="1" as="geometry" />
        </mxCell>
        <mxCell id="KAzs0ncSA1o2T3-7AXRQ-70" parent="1" style="rounded=0;whiteSpace=wrap;html=1;fillColor=#CCCCCC;" value="(kein CR006) #1276&amp;nbsp;[Bug] [Datentabellenverwaltung]: Paging für sehr große Tabellen (500+ Datensätze) funktioniert nicht" vertex="1">
          <mxGeometry height="40" width="440" x="240" y="3640" as="geometry" />
        </mxCell>
        <mxCell id="KAzs0ncSA1o2T3-7AXRQ-73" edge="1" parent="1" source="KAzs0ncSA1o2T3-7AXRQ-71" style="edgeStyle=none;rounded=0;orthogonalLoop=1;jettySize=auto;html=1;" target="KAzs0ncSA1o2T3-7AXRQ-72" value="">
          <mxGeometry relative="1" as="geometry" />
        </mxCell>
        <mxCell id="KAzs0ncSA1o2T3-7AXRQ-71" parent="1" style="rounded=0;whiteSpace=wrap;html=1;fillColor=#CCCCCC;" value="(kein CR006) #1275&amp;nbsp;[Bug] [Datentabellenverwaltung]: Filter funktioniert nicht" vertex="1">
          <mxGeometry height="40" width="440" x="240" y="4160" as="geometry" />
        </mxCell>
        <mxCell id="KAzs0ncSA1o2T3-7AXRQ-72" parent="1" style="rounded=0;whiteSpace=wrap;html=1;fontStyle=1" value="Erfolgreich getestet" vertex="1">
          <mxGeometry height="40" width="320" x="720" y="4160" as="geometry" />
        </mxCell>
        <mxCell id="KAzs0ncSA1o2T3-7AXRQ-74" parent="1" style="rounded=0;whiteSpace=wrap;html=1;fontStyle=1" value="Meiner Meinung nach Ready for QA, steht aber immer noch auf In Development" vertex="1">
          <mxGeometry height="40" width="320" x="720" y="4240" as="geometry" />
        </mxCell>
        <mxCell id="KAzs0ncSA1o2T3-7AXRQ-76" parent="1" style="rounded=0;whiteSpace=wrap;html=1;fontStyle=1" value="Erfolgreich getestet" vertex="1">
          <mxGeometry height="40" width="320" x="720" y="4080" as="geometry" />
        </mxCell>
        <mxCell id="KAzs0ncSA1o2T3-7AXRQ-78" parent="1" style="rounded=0;whiteSpace=wrap;html=1;fontStyle=1" value="In Review" vertex="1">
          <mxGeometry height="40" width="320" x="720" y="3640" as="geometry" />
        </mxCell>
        <mxCell id="KAzs0ncSA1o2T3-7AXRQ-80" parent="1" style="rounded=0;whiteSpace=wrap;html=1;fontStyle=1" value="Frontend Review abgeschlossen" vertex="1">
          <mxGeometry height="40" width="320" x="720" y="3080" as="geometry" />
        </mxCell>
        <mxCell id="KAzs0ncSA1o2T3-7AXRQ-100" edge="1" parent="1" source="KAzs0ncSA1o2T3-7AXRQ-82" style="edgeStyle=none;rounded=0;orthogonalLoop=1;jettySize=auto;html=1;" target="KAzs0ncSA1o2T3-7AXRQ-99" value="">
          <mxGeometry relative="1" as="geometry" />
        </mxCell>
        <mxCell id="KAzs0ncSA1o2T3-7AXRQ-82" parent="1" style="rounded=0;whiteSpace=wrap;html=1;fontStyle=1" value="In Umsetzung (Cengiz)" vertex="1">
          <mxGeometry height="40" width="320" x="720" y="3560" as="geometry" />
        </mxCell>
        <mxCell id="KAzs0ncSA1o2T3-7AXRQ-84" parent="1" style="rounded=0;whiteSpace=wrap;html=1;fontStyle=1" value="Frontend Review abgeschlossen" vertex="1">
          <mxGeometry height="40" width="320" x="720" y="3160" as="geometry" />
        </mxCell>
        <mxCell id="KAzs0ncSA1o2T3-7AXRQ-95" edge="1" parent="1" source="KAzs0ncSA1o2T3-7AXRQ-86" style="edgeStyle=none;rounded=0;orthogonalLoop=1;jettySize=auto;html=1;" target="KAzs0ncSA1o2T3-7AXRQ-94" value="">
          <mxGeometry relative="1" as="geometry" />
        </mxCell>
        <mxCell id="KAzs0ncSA1o2T3-7AXRQ-86" parent="1" style="rounded=0;whiteSpace=wrap;html=1;fontStyle=1" value="In Umsetzung (Vil)" vertex="1">
          <mxGeometry height="40" width="320" x="720" y="3240" as="geometry" />
        </mxCell>
        <mxCell id="KAzs0ncSA1o2T3-7AXRQ-96" edge="1" parent="1" source="KAzs0ncSA1o2T3-7AXRQ-88" style="edgeStyle=none;rounded=0;orthogonalLoop=1;jettySize=auto;html=1;" target="KAzs0ncSA1o2T3-7AXRQ-94" value="">
          <mxGeometry relative="1" as="geometry" />
        </mxCell>
        <mxCell id="KAzs0ncSA1o2T3-7AXRQ-88" parent="1" style="rounded=0;whiteSpace=wrap;html=1;fontStyle=1" value="In Umsetzung (Vil)" vertex="1">
          <mxGeometry height="40" width="320" x="720" y="3320" as="geometry" />
        </mxCell>
        <mxCell id="KAzs0ncSA1o2T3-7AXRQ-97" edge="1" parent="1" source="KAzs0ncSA1o2T3-7AXRQ-90" style="edgeStyle=none;rounded=0;orthogonalLoop=1;jettySize=auto;html=1;" target="KAzs0ncSA1o2T3-7AXRQ-94" value="">
          <mxGeometry relative="1" as="geometry" />
        </mxCell>
        <mxCell id="KAzs0ncSA1o2T3-7AXRQ-90" parent="1" style="rounded=0;whiteSpace=wrap;html=1;fontStyle=1" value="In Umsetzung (Vil)" vertex="1">
          <mxGeometry height="40" width="320" x="720" y="3400" as="geometry" />
        </mxCell>
        <mxCell id="KAzs0ncSA1o2T3-7AXRQ-98" edge="1" parent="1" source="KAzs0ncSA1o2T3-7AXRQ-92" style="edgeStyle=none;rounded=0;orthogonalLoop=1;jettySize=auto;html=1;" target="KAzs0ncSA1o2T3-7AXRQ-94" value="">
          <mxGeometry relative="1" as="geometry" />
        </mxCell>
        <mxCell id="KAzs0ncSA1o2T3-7AXRQ-92" parent="1" style="rounded=0;whiteSpace=wrap;html=1;fontStyle=1" value="In Umsetzung (Vil)" vertex="1">
          <mxGeometry height="40" width="320" x="720" y="3480" as="geometry" />
        </mxCell>
        <mxCell id="KAzs0ncSA1o2T3-7AXRQ-122" edge="1" parent="1" source="KAzs0ncSA1o2T3-7AXRQ-94" style="edgeStyle=none;rounded=0;orthogonalLoop=1;jettySize=auto;html=1;" target="KAzs0ncSA1o2T3-7AXRQ-120" value="">
          <mxGeometry relative="1" as="geometry" />
        </mxCell>
        <mxCell id="KAzs0ncSA1o2T3-7AXRQ-94" parent="1" style="rounded=0;whiteSpace=wrap;html=1;fontStyle=1;fontSize=16;" value="Frontend Restaufwand: 3-5 PT" vertex="1">
          <mxGeometry height="40" width="320" x="1080" y="3360" as="geometry" />
        </mxCell>
        <mxCell id="KAzs0ncSA1o2T3-7AXRQ-123" edge="1" parent="1" source="KAzs0ncSA1o2T3-7AXRQ-99" style="edgeStyle=none;rounded=0;orthogonalLoop=1;jettySize=auto;html=1;" target="KAzs0ncSA1o2T3-7AXRQ-120" value="">
          <mxGeometry relative="1" as="geometry" />
        </mxCell>
        <mxCell id="KAzs0ncSA1o2T3-7AXRQ-99" parent="1" style="rounded=0;whiteSpace=wrap;html=1;fontStyle=1;fontSize=16;" value="Restaufwand: ???" vertex="1">
          <mxGeometry height="40" width="320" x="1080" y="3560" as="geometry" />
        </mxCell>
        <mxCell id="KAzs0ncSA1o2T3-7AXRQ-114" edge="1" parent="1" source="KAzs0ncSA1o2T3-7AXRQ-101" style="edgeStyle=none;rounded=0;orthogonalLoop=1;jettySize=auto;html=1;" target="KAzs0ncSA1o2T3-7AXRQ-113" value="">
          <mxGeometry relative="1" as="geometry" />
        </mxCell>
        <mxCell id="KAzs0ncSA1o2T3-7AXRQ-101" parent="1" style="rounded=0;whiteSpace=wrap;html=1;fontStyle=1" value="Cengiz? / Schätzung 2PT" vertex="1">
          <mxGeometry height="40" width="320" x="720" y="2080" as="geometry" />
        </mxCell>
        <mxCell id="KAzs0ncSA1o2T3-7AXRQ-115" edge="1" parent="1" source="KAzs0ncSA1o2T3-7AXRQ-103" style="edgeStyle=none;rounded=0;orthogonalLoop=1;jettySize=auto;html=1;" target="KAzs0ncSA1o2T3-7AXRQ-113" value="">
          <mxGeometry relative="1" as="geometry" />
        </mxCell>
        <mxCell id="KAzs0ncSA1o2T3-7AXRQ-103" parent="1" style="rounded=0;whiteSpace=wrap;html=1;fontStyle=1" value="Cengiz? / Schätzung 2PT" vertex="1">
          <mxGeometry height="40" width="320" x="720" y="2160" as="geometry" />
        </mxCell>
        <mxCell id="KAzs0ncSA1o2T3-7AXRQ-116" edge="1" parent="1" source="KAzs0ncSA1o2T3-7AXRQ-105" style="edgeStyle=none;rounded=0;orthogonalLoop=1;jettySize=auto;html=1;" target="KAzs0ncSA1o2T3-7AXRQ-113" value="">
          <mxGeometry relative="1" as="geometry" />
        </mxCell>
        <mxCell id="KAzs0ncSA1o2T3-7AXRQ-105" parent="1" style="rounded=0;whiteSpace=wrap;html=1;fontStyle=1" value="Cengiz? / Schätzung 2PT" vertex="1">
          <mxGeometry height="40" width="320" x="720" y="2240" as="geometry" />
        </mxCell>
        <mxCell id="KAzs0ncSA1o2T3-7AXRQ-117" edge="1" parent="1" source="KAzs0ncSA1o2T3-7AXRQ-107" style="edgeStyle=none;rounded=0;orthogonalLoop=1;jettySize=auto;html=1;" target="KAzs0ncSA1o2T3-7AXRQ-113" value="">
          <mxGeometry relative="1" as="geometry" />
        </mxCell>
        <mxCell id="KAzs0ncSA1o2T3-7AXRQ-107" parent="1" style="rounded=0;whiteSpace=wrap;html=1;fontStyle=1" value="Vil? / Schätzung 1PT" vertex="1">
          <mxGeometry height="40" width="320" x="720" y="2320" as="geometry" />
        </mxCell>
        <mxCell id="KAzs0ncSA1o2T3-7AXRQ-118" edge="1" parent="1" source="KAzs0ncSA1o2T3-7AXRQ-109" style="edgeStyle=none;rounded=0;orthogonalLoop=1;jettySize=auto;html=1;" target="KAzs0ncSA1o2T3-7AXRQ-113" value="">
          <mxGeometry relative="1" as="geometry" />
        </mxCell>
        <mxCell id="KAzs0ncSA1o2T3-7AXRQ-109" parent="1" style="rounded=0;whiteSpace=wrap;html=1;fontStyle=1" value="Vil? / Schätzung 2PT" vertex="1">
          <mxGeometry height="40" width="320" x="720" y="2400" as="geometry" />
        </mxCell>
        <mxCell id="KAzs0ncSA1o2T3-7AXRQ-119" edge="1" parent="1" source="KAzs0ncSA1o2T3-7AXRQ-111" style="edgeStyle=none;rounded=0;orthogonalLoop=1;jettySize=auto;html=1;" target="KAzs0ncSA1o2T3-7AXRQ-113" value="">
          <mxGeometry relative="1" as="geometry" />
        </mxCell>
        <mxCell id="KAzs0ncSA1o2T3-7AXRQ-111" parent="1" style="rounded=0;whiteSpace=wrap;html=1;fontStyle=1" value="Vil? / Schätzung 1PT" vertex="1">
          <mxGeometry height="40" width="320" x="720" y="2480" as="geometry" />
        </mxCell>
        <mxCell id="KAzs0ncSA1o2T3-7AXRQ-121" edge="1" parent="1" source="KAzs0ncSA1o2T3-7AXRQ-113" style="edgeStyle=none;rounded=0;orthogonalLoop=1;jettySize=auto;html=1;" target="KAzs0ncSA1o2T3-7AXRQ-120" value="">
          <mxGeometry relative="1" as="geometry" />
        </mxCell>
        <mxCell id="KAzs0ncSA1o2T3-7AXRQ-113" parent="1" style="rounded=0;whiteSpace=wrap;html=1;fontStyle=1;fontSize=16;" value="Frontend Restaufwand: 10 PT" vertex="1">
          <mxGeometry height="40" width="320" x="1080" y="2280" as="geometry" />
        </mxCell>
        <mxCell id="KAzs0ncSA1o2T3-7AXRQ-120" parent="1" style="rounded=0;whiteSpace=wrap;html=1;fontStyle=1;fontSize=16;" value="Frontend Gesamt Restaufwand: 15 PT" vertex="1">
          <mxGeometry height="40" width="320" x="1440" y="3360" as="geometry" />
        </mxCell>
      </root>
    </mxGraphModel>
  </diagram>
</mxfile>
